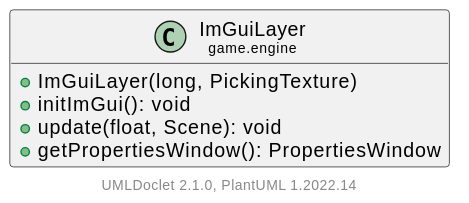
This is doc/javadoc/game/engine/ImGuiLayer.svg from Hirschiii/JavaGameEngine, a PlantUML export, as it was before one commit.
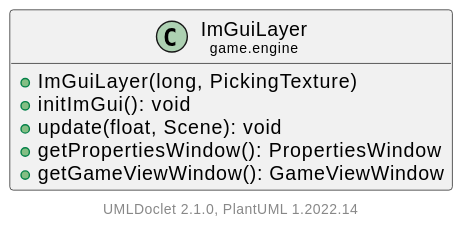
The same diagram one commit later.

Change to the diagram source:
```diff
@@ -8,6 +8,7 @@
         +initImGui(): void
         +update(float, Scene): void
         +getPropertiesWindow(): PropertiesWindow
+        +getGameViewWindow(): GameViewWindow
     }
 
     center footer UMLDoclet 2.1.0, PlantUML %version()
```
